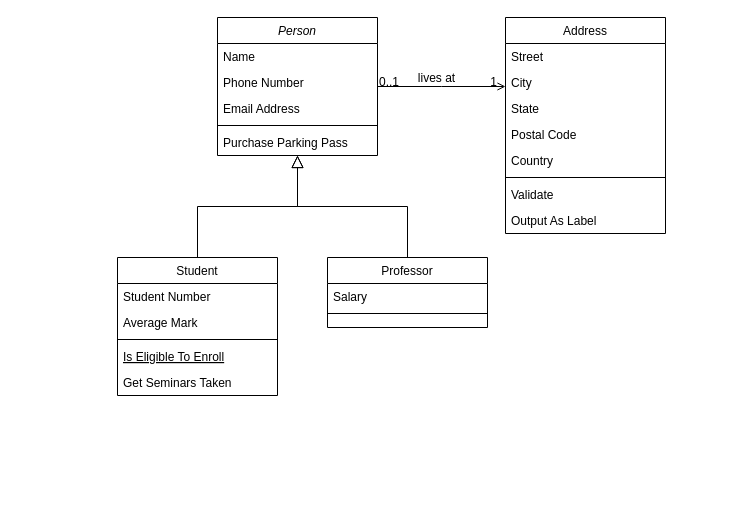
Above: src/Gestion de la paie.drawio in lohan2015/spring-gestion-de-stock (draw.io), before the change. Source tidied: cells renumbered, new cells numbered last; positions are measured from the earlier drawing's top-left corner, leaving out a move shared by most shapes. Both pictures are drawn from the tidied source at 100%, with x=0, y=0 at pixel (117, 17).
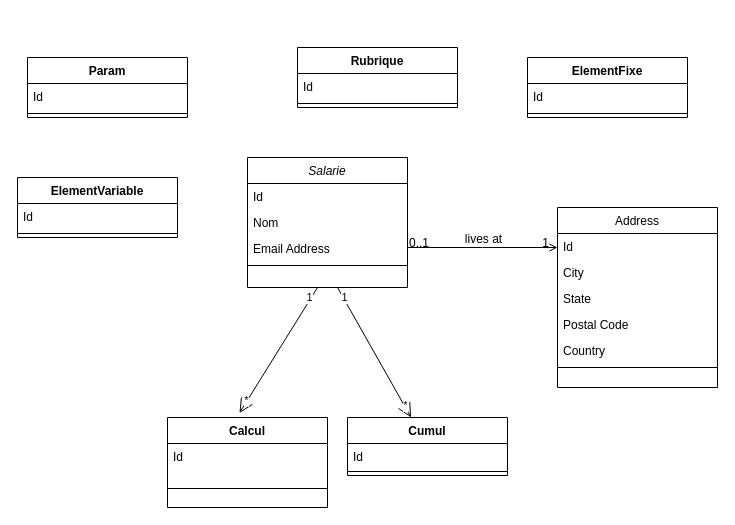
The same page after the edit.

Diff of the diagram source:
```diff
@@
-    <mxCell id="2" value="Person" style="swimlane;fontStyle=2;align=center;verticalAlign=top;horizontal=1;startSize=26;rounded=0;shadow=0;strokeWidth=1;" parent="1" vertex="1">
-      <mxGeometry x="100" width="160" height="138" as="geometry" />
+    <mxCell id="2" value="Salarie" style="swimlane;fontStyle=2;align=center;verticalAlign=top;horizontal=1;startSize=26;rounded=0;shadow=0;strokeWidth=1;" parent="1" vertex="1">
+      <mxGeometry x="130" y="140" width="160" height="130" as="geometry" />
     </mxCell>
-    <mxCell id="3" value="Name" style="text;align=left;verticalAlign=top;spacingLeft=4;spacingRight=4;overflow=hidden;" parent="2" vertex="1">
+    <mxCell id="3" value="Id" style="text;align=left;verticalAlign=top;spacingLeft=4;spacingRight=4;overflow=hidden;" parent="2" vertex="1">
       <mxGeometry y="26" width="160" height="26" as="geometry" />
     </mxCell>
-    <mxCell id="4" value="Phone Number" style="text;align=left;verticalAlign=top;spacingLeft=4;spacingRight=4;overflow=hidden;rounded=0;shadow=0;html=0;" parent="2" vertex="1">
+    <mxCell id="4" value="Nom" style="text;align=left;verticalAlign=top;spacingLeft=4;spacingRight=4;overflow=hidden;rounded=0;shadow=0;html=0;" parent="2" vertex="1">
       <mxGeometry y="52" width="160" height="26" as="geometry" />
     </mxCell>
@@
-    <mxCell id="7" value="Purchase Parking Pass" style="text;align=left;verticalAlign=top;spacingLeft=4;spacingRight=4;overflow=hidden;" parent="2" vertex="1">
-      <mxGeometry y="112" width="160" height="26" as="geometry" />
-    </mxCell>
-    <mxCell id="8" value="Student" style="swimlane;fontStyle=0;align=center;verticalAlign=top;horizontal=1;startSize=26;rounded=0;shadow=0;strokeWidth=1;" parent="1" vertex="1">
-      <mxGeometry y="240" width="160" height="138" as="geometry" />
-    </mxCell>
-    <mxCell id="9" value="Student Number" style="text;align=left;verticalAlign=top;spacingLeft=4;spacingRight=4;overflow=hidden;" parent="8" vertex="1">
-      <mxGeometry y="26" width="160" height="26" as="geometry" />
-    </mxCell>
-    <mxCell id="10" value="Average Mark" style="text;align=left;verticalAlign=top;spacingLeft=4;spacingRight=4;overflow=hidden;rounded=0;shadow=0;html=0;" parent="8" vertex="1">
-      <mxGeometry y="52" width="160" height="26" as="geometry" />
-    </mxCell>
-    <mxCell id="11" style="line;html=1;strokeWidth=1;align=left;verticalAlign=middle;spacingTop=-1;spacingLeft=3;spacingRight=3;labelPosition=right;" parent="8" vertex="1">
-      <mxGeometry y="78" width="160" height="8" as="geometry" />
-    </mxCell>
-    <mxCell id="12" value="Is Eligible To Enroll" style="text;align=left;verticalAlign=top;spacingLeft=4;spacingRight=4;overflow=hidden;fontStyle=4;" parent="8" vertex="1">
-      <mxGeometry y="86" width="160" height="26" as="geometry" />
-    </mxCell>
-    <mxCell id="13" value="Get Seminars Taken" style="text;align=left;verticalAlign=top;spacingLeft=4;spacingRight=4;overflow=hidden;" parent="8" vertex="1">
-      <mxGeometry y="112" width="160" height="26" as="geometry" />
-    </mxCell>
-    <mxCell id="14" style="endArrow=block;endSize=10;endFill=0;shadow=0;strokeWidth=1;rounded=0;edgeStyle=elbowEdgeStyle;elbow=vertical;" parent="1" edge="1" source="8" target="2">
-      <mxGeometry relative="1" as="geometry" />
-    </mxCell>
-    <mxCell id="15" value="Professor" style="swimlane;fontStyle=0;align=center;verticalAlign=top;horizontal=1;startSize=26;rounded=0;shadow=0;strokeWidth=1;" parent="1" vertex="1">
-      <mxGeometry x="210" y="240" width="160" height="70" as="geometry" />
-    </mxCell>
-    <mxCell id="16" value="Salary" style="text;align=left;verticalAlign=top;spacingLeft=4;spacingRight=4;overflow=hidden;" parent="15" vertex="1">
-      <mxGeometry y="26" width="160" height="26" as="geometry" />
-    </mxCell>
-    <mxCell id="17" style="line;html=1;strokeWidth=1;align=left;verticalAlign=middle;spacingTop=-1;spacingLeft=3;spacingRight=3;labelPosition=right;" parent="15" vertex="1">
-      <mxGeometry y="52" width="160" height="8" as="geometry" />
-    </mxCell>
-    <mxCell id="18" style="endArrow=block;endSize=10;endFill=0;shadow=0;strokeWidth=1;rounded=0;edgeStyle=elbowEdgeStyle;elbow=vertical;" parent="1" edge="1" source="15" target="2">
-      <mxGeometry relative="1" as="geometry" />
-    </mxCell>
     <mxCell id="19" value="Address" style="swimlane;fontStyle=0;align=center;verticalAlign=top;horizontal=1;startSize=26;rounded=0;shadow=0;strokeWidth=1;" parent="1" vertex="1">
-      <mxGeometry x="388" width="160" height="216" as="geometry" />
+      <mxGeometry x="440" y="190" width="160" height="180" as="geometry" />
     </mxCell>
-    <mxCell id="20" value="Street" style="text;align=left;verticalAlign=top;spacingLeft=4;spacingRight=4;overflow=hidden;" parent="19" vertex="1">
+    <mxCell id="20" value="Id" style="text;align=left;verticalAlign=top;spacingLeft=4;spacingRight=4;overflow=hidden;" parent="19" vertex="1">
       <mxGeometry y="26" width="160" height="26" as="geometry" />
     </mxCell>
@@
-    <mxCell id="26" value="Validate" style="text;align=left;verticalAlign=top;spacingLeft=4;spacingRight=4;overflow=hidden;" parent="19" vertex="1">
-      <mxGeometry y="164" width="160" height="26" as="geometry" />
-    </mxCell>
-    <mxCell id="27" value="Output As Label" style="text;align=left;verticalAlign=top;spacingLeft=4;spacingRight=4;overflow=hidden;" parent="19" vertex="1">
-      <mxGeometry y="190" width="160" height="26" as="geometry" />
-    </mxCell>
@@
+    <mxCell id="32" value="Calcul" style="swimlane;fontStyle=1;align=center;verticalAlign=top;horizontal=1;startSize=26;" parent="1" vertex="1">
+      <mxGeometry x="50" y="400" width="160" height="90" as="geometry" />
+    </mxCell>
+    <mxCell id="33" value="Id&#10;" style="text;strokeColor=none;fillColor=none;align=left;verticalAlign=top;spacingLeft=4;spacingRight=4;overflow=hidden;" parent="32" vertex="1">
+      <mxGeometry y="26" width="160" height="26" as="geometry" />
+    </mxCell>
+    <mxCell id="34" style="line;strokeWidth=1;fillColor=none;align=left;verticalAlign=middle;spacingTop=-1;spacingLeft=3;spacingRight=3;labelPosition=right;" parent="32" vertex="1">
+      <mxGeometry y="52" width="160" height="38" as="geometry" />
+    </mxCell>
+    <mxCell id="35" style="endArrow=open;endFill=1;endSize=12;html=1;rounded=0;entryX=0.45;entryY=-0.05;entryDx=0;entryDy=0;entryPerimeter=0;" parent="1" edge="1" target="32">
+      <mxGeometry relative="1" as="geometry">
+        <mxPoint x="200" y="270" as="sourcePoint" />
+      </mxGeometry>
+    </mxCell>
+    <mxCell id="36" value="1" style="edgeLabel;html=1;align=center;verticalAlign=middle;" parent="35" vertex="1">
+      <mxGeometry x="-0.84" y="-2" relative="1" as="geometry" />
+    </mxCell>
+    <mxCell id="37" value="*" style="edgeLabel;html=1;align=center;verticalAlign=middle;" parent="35" vertex="1">
+      <mxGeometry x="0.8" y="-1" relative="1" as="geometry" />
+    </mxCell>
+    <mxCell id="38" value="Cumul" style="swimlane;fontStyle=1;align=center;verticalAlign=top;horizontal=1;startSize=26;" parent="1" vertex="1">
+      <mxGeometry x="230" y="400" width="160" height="58" as="geometry" />
+    </mxCell>
+    <mxCell id="39" value="Id" style="text;strokeColor=none;fillColor=none;align=left;verticalAlign=top;spacingLeft=4;spacingRight=4;overflow=hidden;" parent="38" vertex="1">
+      <mxGeometry y="26" width="160" height="24" as="geometry" />
+    </mxCell>
+    <mxCell id="40" style="line;strokeWidth=1;fillColor=none;align=left;verticalAlign=middle;spacingTop=-1;spacingLeft=3;spacingRight=3;labelPosition=right;" parent="38" vertex="1">
+      <mxGeometry y="50" width="160" height="8" as="geometry" />
+    </mxCell>
+    <mxCell id="41" style="endArrow=open;endFill=1;endSize=12;html=1;rounded=0;" parent="1" edge="1" target="38">
+      <mxGeometry relative="1" as="geometry">
+        <mxPoint x="220" y="270" as="sourcePoint" />
+      </mxGeometry>
+    </mxCell>
+    <mxCell id="42" value="*" style="edgeLabel;html=1;align=center;verticalAlign=middle;" parent="41" vertex="1">
+      <mxGeometry x="0.82" y="1" relative="1" as="geometry" />
+    </mxCell>
+    <mxCell id="43" value="1" style="edgeLabel;html=1;align=center;verticalAlign=middle;" parent="41" vertex="1">
+      <mxGeometry x="-0.84" y="1" relative="1" as="geometry" />
+    </mxCell>
+    <mxCell id="44" value="ElementFixe" style="swimlane;fontStyle=1;align=center;verticalAlign=top;horizontal=1;startSize=26;" parent="1" vertex="1">
+      <mxGeometry x="410" y="40" width="160" height="60" as="geometry" />
+    </mxCell>
+    <mxCell id="45" value="Id" style="text;strokeColor=none;fillColor=none;align=left;verticalAlign=top;spacingLeft=4;spacingRight=4;overflow=hidden;" parent="44" vertex="1">
+      <mxGeometry y="26" width="160" height="26" as="geometry" />
+    </mxCell>
+    <mxCell id="46" style="line;strokeWidth=1;fillColor=none;align=left;verticalAlign=middle;spacingTop=-1;spacingLeft=3;spacingRight=3;labelPosition=right;" parent="44" vertex="1">
+      <mxGeometry y="52" width="160" height="8" as="geometry" />
+    </mxCell>
+    <mxCell id="47" value="Param" style="swimlane;fontStyle=1;align=center;verticalAlign=top;horizontal=1;startSize=26;" parent="1" vertex="1">
+      <mxGeometry x="-90" y="40" width="160" height="60" as="geometry" />
+    </mxCell>
+    <mxCell id="48" value="Id" style="text;strokeColor=none;fillColor=none;align=left;verticalAlign=top;spacingLeft=4;spacingRight=4;overflow=hidden;" parent="47" vertex="1">
+      <mxGeometry y="26" width="160" height="26" as="geometry" />
+    </mxCell>
+    <mxCell id="49" style="line;strokeWidth=1;fillColor=none;align=left;verticalAlign=middle;spacingTop=-1;spacingLeft=3;spacingRight=3;labelPosition=right;" parent="47" vertex="1">
+      <mxGeometry y="52" width="160" height="8" as="geometry" />
+    </mxCell>
+    <mxCell id="50" value="Rubrique" style="swimlane;fontStyle=1;align=center;verticalAlign=top;horizontal=1;startSize=26;" parent="1" vertex="1">
+      <mxGeometry x="180" y="30" width="160" height="60" as="geometry" />
+    </mxCell>
+    <mxCell id="51" value="Id" style="text;strokeColor=none;fillColor=none;align=left;verticalAlign=top;spacingLeft=4;spacingRight=4;overflow=hidden;" parent="50" vertex="1">
+      <mxGeometry y="26" width="160" height="26" as="geometry" />
+    </mxCell>
+    <mxCell id="52" style="line;strokeWidth=1;fillColor=none;align=left;verticalAlign=middle;spacingTop=-1;spacingLeft=3;spacingRight=3;labelPosition=right;" parent="50" vertex="1">
+      <mxGeometry y="52" width="160" height="8" as="geometry" />
+    </mxCell>
+    <mxCell id="53" value="ElementVariable" style="swimlane;fontStyle=1;align=center;verticalAlign=top;horizontal=1;startSize=26;" parent="1" vertex="1">
+      <mxGeometry x="-100" y="160" width="160" height="60" as="geometry" />
+    </mxCell>
+    <mxCell id="54" value="Id" style="text;strokeColor=none;fillColor=none;align=left;verticalAlign=top;spacingLeft=4;spacingRight=4;overflow=hidden;" parent="53" vertex="1">
+      <mxGeometry y="26" width="160" height="26" as="geometry" />
+    </mxCell>
+    <mxCell id="55" style="line;strokeWidth=1;fillColor=none;align=left;verticalAlign=middle;spacingTop=-1;spacingLeft=3;spacingRight=3;labelPosition=right;" parent="53" vertex="1">
+      <mxGeometry y="52" width="160" height="8" as="geometry" />
+    </mxCell>
```
